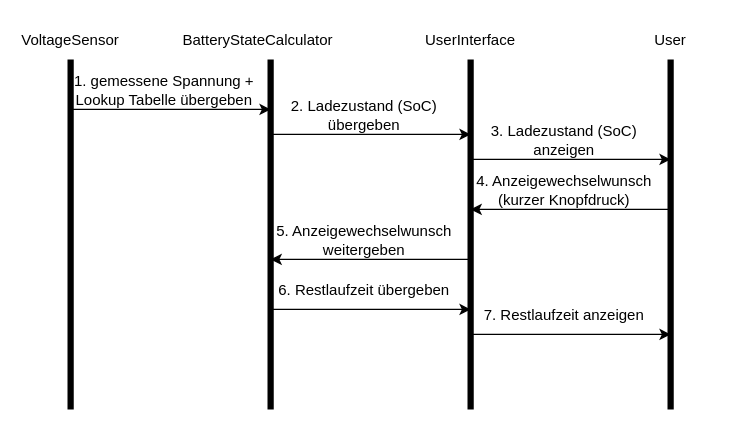
This is Dokumentation/referenziert/Design/Sequenzdiagramm_Messung_zu_Anzeige.drawio from Arutogerudo/Batteriestandskontrolle_Rasierer, a draw.io file, before an edit. Source tidied: cells renumbered, new cells numbered last; positions are measured from the earlier drawing's top-left corner, leaving out a move shared by most shapes. Both pictures are drawn from the tidied source at 125%, with x=0, y=0 at pixel (32, 21).
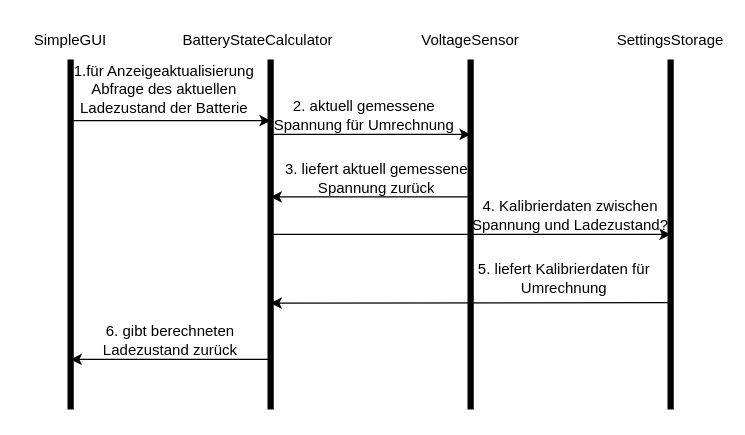
The same diagram, later.

Commit message (it also covers changes not shown here):
Design Sequenzdiagramm Messung zu Anzeige überarbeitet, in Doku eingebaut

Change to the diagram source:
```diff
@@
-    <mxCell id="6" value="VoltageSensor" style="text;html=1;align=center;verticalAlign=middle;whiteSpace=wrap;rounded=0;" parent="1" vertex="1">
+    <mxCell id="6" value="SimpleGUI" style="text;html=1;align=center;verticalAlign=middle;whiteSpace=wrap;rounded=0;" parent="1" vertex="1">
       <mxGeometry width="60" height="30" as="geometry" />
     </mxCell>
@@
-    <mxCell id="8" value="UserInterface" style="text;html=1;align=center;verticalAlign=middle;whiteSpace=wrap;rounded=0;" parent="1" vertex="1">
+    <mxCell id="8" value="VoltageSensor" style="text;html=1;align=center;verticalAlign=middle;whiteSpace=wrap;rounded=0;" parent="1" vertex="1">
       <mxGeometry x="320" width="60" height="30" as="geometry" />
     </mxCell>
-    <mxCell id="9" value="User" style="text;html=1;align=center;verticalAlign=middle;whiteSpace=wrap;rounded=0;" parent="1" vertex="1">
+    <mxCell id="9" value="SettingsStorage" style="text;html=1;align=center;verticalAlign=middle;whiteSpace=wrap;rounded=0;" parent="1" vertex="1">
       <mxGeometry x="480" width="60" height="30" as="geometry" />
     </mxCell>
     <mxCell id="10" style="endArrow=classic;html=1;rounded=0;" parent="1" edge="1">
       <mxGeometry relative="1" as="geometry">
-        <mxPoint x="30" y="70" as="sourcePoint" />
-        <mxPoint x="190" y="70" as="targetPoint" />
+        <mxPoint x="30" y="79" as="sourcePoint" />
+        <mxPoint x="190" y="79" as="targetPoint" />
       </mxGeometry>
     </mxCell>
-    <mxCell id="11" value="1. gemessene Spannung + Lookup Tabelle übergeben" style="text;html=1;align=center;verticalAlign=middle;whiteSpace=wrap;rounded=0;" parent="1" vertex="1">
-      <mxGeometry x="30" y="40" width="150" height="30" as="geometry" />
+    <mxCell id="11" value="1.für Anzeigeaktualisierung Abfrage des aktuellen Ladezustand der Batterie" style="text;html=1;align=center;verticalAlign=middle;whiteSpace=wrap;rounded=0;" parent="1" vertex="1">
+      <mxGeometry x="30" y="39" width="150" height="30" as="geometry" />
     </mxCell>
@@
     <mxCell id="13" style="endArrow=classic;html=1;rounded=0;" parent="1" edge="1">
       <mxGeometry relative="1" as="geometry">
-        <mxPoint x="350" y="110" as="sourcePoint" />
-        <mxPoint x="510" y="110" as="targetPoint" />
+        <mxPoint x="190" y="170" as="sourcePoint" />
+        <mxPoint x="510" y="170" as="targetPoint" />
       </mxGeometry>
     </mxCell>
-    <mxCell id="14" style="endArrow=classic;html=1;rounded=0;" parent="1" edge="1">
-      <mxGeometry relative="1" as="geometry">
-        <mxPoint x="190" y="230" as="sourcePoint" />
-        <mxPoint x="350" y="230" as="targetPoint" />
-      </mxGeometry>
-    </mxCell>
-    <mxCell id="15" style="endArrow=classic;html=1;rounded=0;" parent="1" edge="1">
-      <mxGeometry relative="1" as="geometry">
-        <mxPoint x="350" y="250" as="sourcePoint" />
-        <mxPoint x="510" y="250" as="targetPoint" />
-      </mxGeometry>
-    </mxCell>
     <mxCell id="16" style="endArrow=classic;html=1;rounded=0;" parent="1" edge="1">
       <mxGeometry relative="1" as="geometry">
-        <mxPoint x="510" y="150" as="sourcePoint" />
-        <mxPoint x="350" y="150" as="targetPoint" />
+        <mxPoint x="510" y="224.5" as="sourcePoint" />
+        <mxPoint x="190" y="225" as="targetPoint" />
       </mxGeometry>
     </mxCell>
     <mxCell id="17" style="endArrow=classic;html=1;rounded=0;" parent="1" edge="1">
       <mxGeometry relative="1" as="geometry">
-        <mxPoint x="350" y="190" as="sourcePoint" />
-        <mxPoint x="190" y="190" as="targetPoint" />
+        <mxPoint x="350" y="140" as="sourcePoint" />
+        <mxPoint x="190" y="140" as="targetPoint" />
       </mxGeometry>
     </mxCell>
-    <mxCell id="18" value="2. Ladezustand (SoC) übergeben" style="text;html=1;align=center;verticalAlign=middle;whiteSpace=wrap;rounded=0;" parent="1" vertex="1">
+    <mxCell id="18" value="2. aktuell gemessene Spannung für Umrechnung" style="text;html=1;align=center;verticalAlign=middle;whiteSpace=wrap;rounded=0;" parent="1" vertex="1">
       <mxGeometry x="190" y="60" width="150" height="30" as="geometry" />
     </mxCell>
-    <mxCell id="19" value="3. Ladezustand (SoC) anzeigen" style="text;html=1;align=center;verticalAlign=middle;whiteSpace=wrap;rounded=0;" parent="1" vertex="1">
-      <mxGeometry x="350" y="80" width="150" height="30" as="geometry" />
+    <mxCell id="19" value="4. Kalibrierdaten zwischen Spannung und Ladezustand?" style="text;html=1;align=center;verticalAlign=middle;whiteSpace=wrap;rounded=0;" parent="1" vertex="1">
+      <mxGeometry x="350" y="140" width="160" height="30" as="geometry" />
     </mxCell>
-    <mxCell id="20" value="4. Anzeigewechselwunsch (kurzer Knopfdruck)" style="text;html=1;align=center;verticalAlign=middle;whiteSpace=wrap;rounded=0;" parent="1" vertex="1">
-      <mxGeometry x="350" y="120" width="150" height="30" as="geometry" />
+    <mxCell id="20" value="5. liefert Kalibrierdaten für Umrechnung" style="text;html=1;align=center;verticalAlign=middle;whiteSpace=wrap;rounded=0;" parent="1" vertex="1">
+      <mxGeometry x="350" y="190" width="150" height="30" as="geometry" />
     </mxCell>
-    <mxCell id="21" value="5. Anzeigewechselwunsch weitergeben" style="text;html=1;align=center;verticalAlign=middle;whiteSpace=wrap;rounded=0;" parent="1" vertex="1">
-      <mxGeometry x="190" y="160" width="150" height="30" as="geometry" />
+    <mxCell id="21" value="3. liefert aktuell gemessene Spannung zurück" style="text;html=1;align=center;verticalAlign=middle;whiteSpace=wrap;rounded=0;" parent="1" vertex="1">
+      <mxGeometry x="200" y="110" width="150" height="30" as="geometry" />
     </mxCell>
-    <mxCell id="22" value="6. Restlaufzeit übergeben" style="text;html=1;align=center;verticalAlign=middle;whiteSpace=wrap;rounded=0;" parent="1" vertex="1">
-      <mxGeometry x="190" y="200" width="150" height="30" as="geometry" />
-    </mxCell>
-    <mxCell id="23" value="7. Restlaufzeit anzeigen" style="text;html=1;align=center;verticalAlign=middle;whiteSpace=wrap;rounded=0;" parent="1" vertex="1">
-      <mxGeometry x="350" y="220" width="150" height="30" as="geometry" />
-    </mxCell>
+    <mxCell id="24" style="endArrow=classic;html=1;rounded=0;" parent="1" edge="1">
+      <mxGeometry relative="1" as="geometry">
+        <mxPoint x="190" y="270" as="sourcePoint" />
+        <mxPoint x="30" y="270" as="targetPoint" />
+      </mxGeometry>
+    </mxCell>
+    <mxCell id="25" value="6. gibt berechneten Ladezustand zurück" style="text;html=1;align=center;verticalAlign=middle;whiteSpace=wrap;rounded=0;" parent="1" vertex="1">
+      <mxGeometry x="30" y="240" width="160" height="30" as="geometry" />
+    </mxCell>
```
